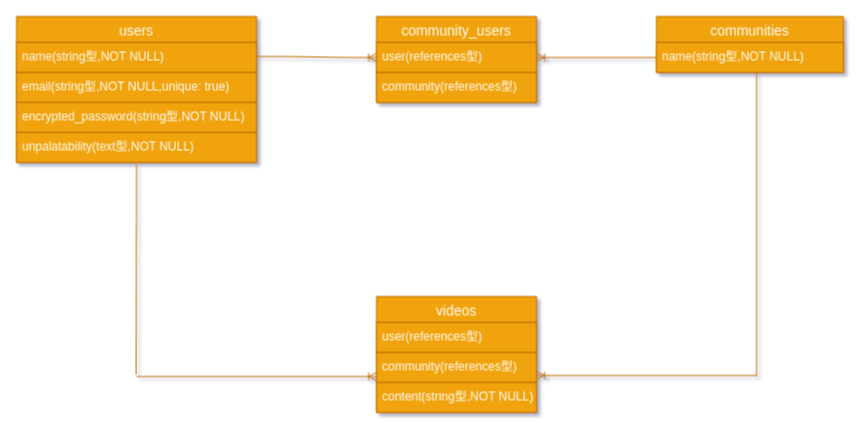
The draw.io diagram DB.dio in hiromasa-horikoshi/foods_manage, before the edit. Source tidied: cells renumbered, new cells numbered last; positions are measured from the earlier drawing's top-left corner, leaving out a move shared by most shapes. Both pictures are drawn from the tidied source at 100%, with x=0, y=0 at pixel (16, 16).
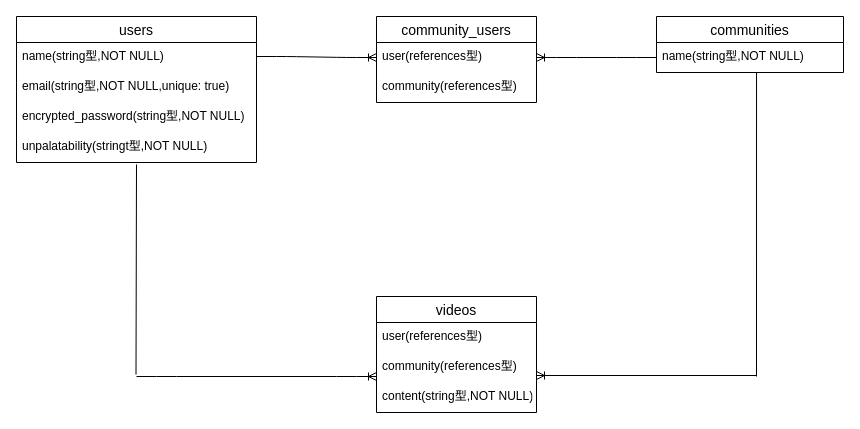
The same page after the edit.

Diff of the diagram source:
```diff
@@
-<mxGraphModel shadow="1">
+<mxGraphModel>
@@
-    <mxCell id="2" value="users" style="swimlane;fontStyle=0;horizontal=1;startSize=26;align=center;fontSize=14;fillColor=#f0a30a;strokeColor=#BD7000;fontColor=#ffffff;" parent="1" vertex="1">
+    <mxCell id="2" value="users" style="swimlane;fontStyle=0;horizontal=1;startSize=26;align=center;fontSize=14;" parent="1" vertex="1">
       <mxGeometry width="240" height="146" as="geometry" />
     </mxCell>
-    <mxCell id="3" value="name(string型,NOT NULL)" style="text;strokeColor=#BD7000;fillColor=#f0a30a;spacingLeft=4;spacingRight=4;overflow=hidden;fontSize=12;fontColor=#ffffff;" parent="2" vertex="1">
+    <mxCell id="3" value="name(string型,NOT NULL)" style="text;strokeColor=none;fillColor=none;spacingLeft=4;spacingRight=4;overflow=hidden;fontSize=12;" parent="2" vertex="1">
       <mxGeometry y="26" width="240" height="30" as="geometry" />
     </mxCell>
-    <mxCell id="4" value="email(string型,NOT NULL,unique: true)" style="text;strokeColor=#BD7000;fillColor=#f0a30a;spacingLeft=4;spacingRight=4;overflow=hidden;fontSize=12;fontColor=#ffffff;" parent="2" vertex="1">
+    <mxCell id="4" value="email(string型,NOT NULL,unique: true)" style="text;strokeColor=none;fillColor=none;spacingLeft=4;spacingRight=4;overflow=hidden;fontSize=12;" parent="2" vertex="1">
       <mxGeometry y="56" width="240" height="30" as="geometry" />
     </mxCell>
-    <mxCell id="5" value="encrypted_password(string型,NOT NULL)" style="text;strokeColor=#BD7000;fillColor=#f0a30a;spacingLeft=4;spacingRight=4;overflow=hidden;fontSize=12;fontColor=#ffffff;" parent="2" vertex="1">
+    <mxCell id="5" value="encrypted_password(string型,NOT NULL)" style="text;strokeColor=none;fillColor=none;spacingLeft=4;spacingRight=4;overflow=hidden;fontSize=12;" parent="2" vertex="1">
       <mxGeometry y="86" width="240" height="30" as="geometry" />
     </mxCell>
-    <mxCell id="6" value="unpalatability(text型,NOT NULL)" style="text;strokeColor=#BD7000;fillColor=#f0a30a;spacingLeft=4;spacingRight=4;overflow=hidden;fontSize=12;fontColor=#ffffff;" parent="2" vertex="1">
+    <mxCell id="6" value="unpalatability(stringt型,NOT NULL)" style="text;strokeColor=none;fillColor=none;spacingLeft=4;spacingRight=4;overflow=hidden;fontSize=12;" parent="2" vertex="1">
       <mxGeometry y="116" width="240" height="30" as="geometry" />
     </mxCell>
-    <mxCell id="7" value="communities" style="swimlane;fontStyle=0;horizontal=1;startSize=26;align=center;fontSize=14;fillColor=#f0a30a;strokeColor=#BD7000;fontColor=#ffffff;" parent="1" vertex="1">
+    <mxCell id="7" value="communities" style="swimlane;fontStyle=0;horizontal=1;startSize=26;align=center;fontSize=14;" parent="1" vertex="1">
       <mxGeometry x="640" width="187" height="56" as="geometry" />
     </mxCell>
-    <mxCell id="8" value="name(string型,NOT NULL)" style="text;strokeColor=#BD7000;fillColor=#f0a30a;spacingLeft=4;spacingRight=4;overflow=hidden;points=[[0,0.5],[1,0.5]];portConstraint=eastwest;fontSize=12;fontColor=#ffffff;" parent="7" vertex="1">
+    <mxCell id="8" value="name(string型,NOT NULL)" style="text;strokeColor=none;fillColor=none;spacingLeft=4;spacingRight=4;overflow=hidden;points=[[0,0.5],[1,0.5]];portConstraint=eastwest;fontSize=12;" parent="7" vertex="1">
       <mxGeometry y="26" width="187" height="30" as="geometry" />
     </mxCell>
-    <mxCell id="9" value="community_users" style="swimlane;fontStyle=0;horizontal=1;startSize=26;align=center;fontSize=14;fillColor=#f0a30a;strokeColor=#BD7000;fontColor=#ffffff;" parent="1" vertex="1">
+    <mxCell id="9" value="community_users" style="swimlane;fontStyle=0;horizontal=1;startSize=26;align=center;fontSize=14;" parent="1" vertex="1">
       <mxGeometry x="360" width="160" height="86" as="geometry" />
     </mxCell>
-    <mxCell id="10" value="user(references型)" style="text;strokeColor=#BD7000;fillColor=#f0a30a;spacingLeft=4;spacingRight=4;overflow=hidden;points=[[0,0.5],[1,0.5]];portConstraint=eastwest;fontSize=12;fontColor=#ffffff;" parent="9" vertex="1">
+    <mxCell id="10" value="user(references型)" style="text;strokeColor=none;fillColor=none;spacingLeft=4;spacingRight=4;overflow=hidden;points=[[0,0.5],[1,0.5]];portConstraint=eastwest;fontSize=12;" parent="9" vertex="1">
       <mxGeometry y="26" width="160" height="30" as="geometry" />
     </mxCell>
-    <mxCell id="11" value="community(references型)" style="text;strokeColor=#BD7000;fillColor=#f0a30a;spacingLeft=4;spacingRight=4;overflow=hidden;fontSize=12;fontColor=#ffffff;" parent="9" vertex="1">
+    <mxCell id="11" value="community(references型)" style="text;strokeColor=none;fillColor=none;spacingLeft=4;spacingRight=4;overflow=hidden;fontSize=12;" parent="9" vertex="1">
       <mxGeometry y="56" width="160" height="30" as="geometry" />
     </mxCell>
-    <mxCell id="12" value="videos" style="swimlane;fontStyle=0;horizontal=1;startSize=26;align=center;fontSize=14;fillColor=#f0a30a;strokeColor=#BD7000;fontColor=#ffffff;" parent="1" vertex="1">
+    <mxCell id="12" value="videos" style="swimlane;fontStyle=0;horizontal=1;startSize=26;align=center;fontSize=14;" parent="1" vertex="1">
       <mxGeometry x="360" y="280" width="160" height="116" as="geometry" />
     </mxCell>
-    <mxCell id="13" value="user(references型)" style="text;strokeColor=#BD7000;fillColor=#f0a30a;spacingLeft=4;spacingRight=4;overflow=hidden;fontSize=12;fontColor=#ffffff;" parent="12" vertex="1">
+    <mxCell id="13" value="user(references型)" style="text;strokeColor=none;fillColor=none;spacingLeft=4;spacingRight=4;overflow=hidden;fontSize=12;" parent="12" vertex="1">
       <mxGeometry y="26" width="160" height="30" as="geometry" />
     </mxCell>
-    <mxCell id="14" value="community(references型)" style="text;strokeColor=#BD7000;fillColor=#f0a30a;spacingLeft=4;spacingRight=4;overflow=hidden;fontSize=12;fontColor=#ffffff;" parent="12" vertex="1">
+    <mxCell id="14" value="community(references型)" style="text;strokeColor=none;fillColor=none;spacingLeft=4;spacingRight=4;overflow=hidden;fontSize=12;" parent="12" vertex="1">
       <mxGeometry y="56" width="160" height="30" as="geometry" />
     </mxCell>
-    <mxCell id="15" value="content(string型,NOT NULL)" style="text;strokeColor=#BD7000;fillColor=#f0a30a;spacingLeft=4;spacingRight=4;overflow=hidden;fontSize=12;fontColor=#ffffff;" parent="12" vertex="1">
+    <mxCell id="15" value="content(string型,NOT NULL)" style="text;strokeColor=none;fillColor=none;spacingLeft=4;spacingRight=4;overflow=hidden;fontSize=12;" parent="12" vertex="1">
       <mxGeometry y="86" width="160" height="30" as="geometry" />
     </mxCell>
-    <mxCell id="16" style="edgeStyle=entityRelationEdgeStyle;fontSize=12;html=1;endArrow=ERoneToMany;entryX=0;entryY=0.5;entryDx=0;entryDy=0;fillColor=#f0a30a;strokeColor=#BD7000;" parent="1" edge="1" target="10">
+    <mxCell id="16" style="edgeStyle=entityRelationEdgeStyle;fontSize=12;html=1;endArrow=ERoneToMany;entryX=0;entryY=0.5;entryDx=0;entryDy=0;" parent="1" edge="1" target="10">
       <mxGeometry relative="1" as="geometry">
         <mxPoint x="240" y="40" as="sourcePoint" />
       </mxGeometry>
     </mxCell>
-    <mxCell id="17" style="edgeStyle=entityRelationEdgeStyle;fontSize=12;html=1;endArrow=ERoneToMany;entryX=1;entryY=0.5;entryDx=0;entryDy=0;exitX=0;exitY=0.5;exitDx=0;exitDy=0;fillColor=#f0a30a;strokeColor=#BD7000;" parent="1" edge="1" source="8" target="10">
+    <mxCell id="17" style="edgeStyle=entityRelationEdgeStyle;fontSize=12;html=1;endArrow=ERoneToMany;entryX=1;entryY=0.5;entryDx=0;entryDy=0;exitX=0;exitY=0.5;exitDx=0;exitDy=0;" parent="1" edge="1" source="8" target="10">
       <mxGeometry relative="1" as="geometry" />
     </mxCell>
-    <mxCell id="18" style="edgeStyle=entityRelationEdgeStyle;fontSize=12;html=1;endArrow=ERoneToMany;entryX=0;entryY=0.5;entryDx=0;entryDy=0;fillColor=#f0a30a;strokeColor=#BD7000;" parent="1" edge="1">
+    <mxCell id="18" style="edgeStyle=entityRelationEdgeStyle;fontSize=12;html=1;endArrow=ERoneToMany;entryX=0;entryY=0.5;entryDx=0;entryDy=0;" parent="1" edge="1">
       <mxGeometry relative="1" as="geometry">
         <mxPoint x="120" y="360" as="sourcePoint" />
         <mxPoint x="360" y="360" as="targetPoint" />
       </mxGeometry>
     </mxCell>
-    <mxCell id="19" style="endArrow=none;html=1;rounded=0;fillColor=#f0a30a;strokeColor=#BD7000;" parent="1" edge="1">
+    <mxCell id="19" style="endArrow=none;html=1;rounded=0;" parent="1" edge="1">
       <mxGeometry relative="1" as="geometry">
         <mxPoint x="119.5" y="358" as="sourcePoint" />
         <mxPoint x="120" y="148" as="targetPoint" />
       </mxGeometry>
     </mxCell>
-    <mxCell id="20" style="fontSize=12;html=1;endArrow=ERoneToMany;entryX=1.019;entryY=0.733;entryDx=0;entryDy=0;entryPerimeter=0;fillColor=#f0a30a;strokeColor=#BD7000;" parent="1" edge="1">
+    <mxCell id="20" style="fontSize=12;html=1;endArrow=ERoneToMany;entryX=1.019;entryY=0.733;entryDx=0;entryDy=0;entryPerimeter=0;" parent="1" edge="1">
       <mxGeometry relative="1" as="geometry">
         <mxPoint x="740" y="359" as="sourcePoint" />
         <mxPoint x="520" y="359" as="targetPoint" />
       </mxGeometry>
     </mxCell>
-    <mxCell id="21" style="endArrow=none;html=1;rounded=0;entryX=0.535;entryY=1;entryDx=0;entryDy=0;entryPerimeter=0;fillColor=#f0a30a;strokeColor=#BD7000;" parent="1" edge="1" target="8">
+    <mxCell id="21" style="endArrow=none;html=1;rounded=0;entryX=0.535;entryY=1;entryDx=0;entryDy=0;entryPerimeter=0;" parent="1" edge="1" target="8">
       <mxGeometry relative="1" as="geometry">
         <mxPoint x="740" y="360" as="sourcePoint" />
       </mxGeometry>
     </mxCell>
```
